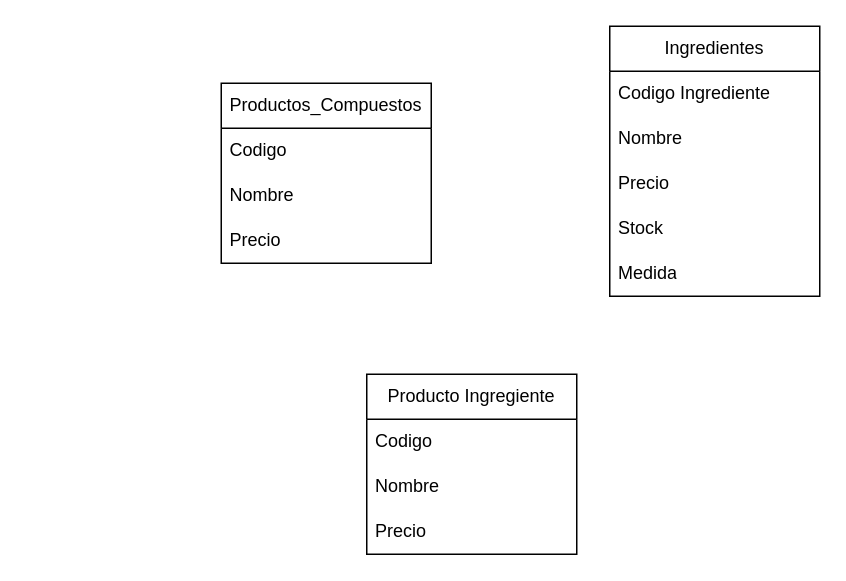
Above: mcdonals.drawio in luigy23/Diagramas-drawio (draw.io), before the change. Source tidied: cells renumbered, new cells numbered last; positions are measured from the earlier drawing's top-left corner, leaving out a move shared by most shapes. Both pictures are drawn from the tidied source at 150%, with x=0, y=0 at pixel (220, 26).
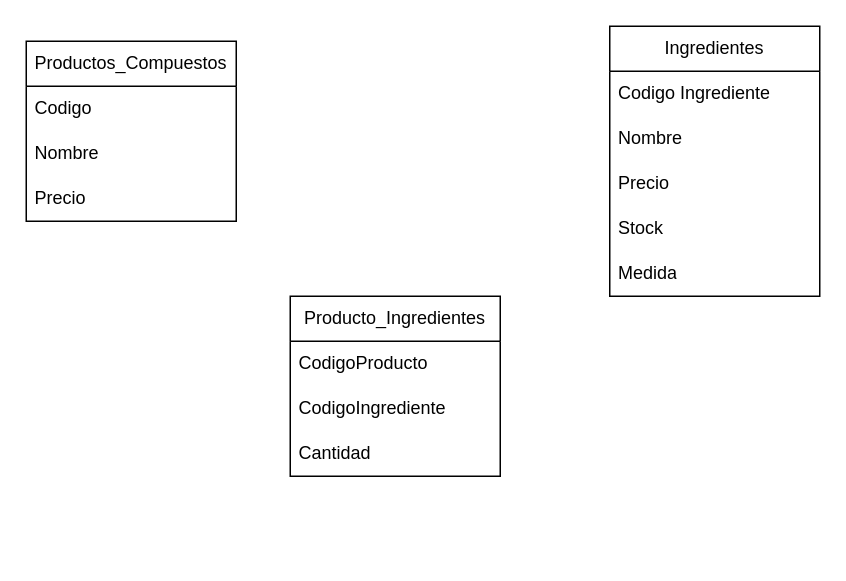
Above is the later version.

The edit, as a diff of the source:
```diff
@@
 <mxGraphModel>
   <root>
     <mxCell id="0" />
     <mxCell id="1" parent="0" />
     <mxCell id="2" value="Productos_Compuestos" style="swimlane;fontStyle=0;horizontal=1;startSize=30;whiteSpace=wrap;html=1;" parent="1" vertex="1">
-      <mxGeometry y="38" width="140" height="120" as="geometry" />
+      <mxGeometry x="-130" y="10" width="140" height="120" as="geometry" />
     </mxCell>
     <mxCell id="3" value="Codigo" style="text;strokeColor=none;fillColor=none;align=left;verticalAlign=middle;spacingLeft=4;spacingRight=4;overflow=hidden;whiteSpace=wrap;html=1;" parent="2" vertex="1">
       <mxGeometry y="30" width="140" height="30" as="geometry" />
     </mxCell>
     <mxCell id="4" value="Nombre" style="text;strokeColor=none;fillColor=none;align=left;verticalAlign=middle;spacingLeft=4;spacingRight=4;overflow=hidden;whiteSpace=wrap;html=1;" parent="2" vertex="1">
       <mxGeometry y="60" width="140" height="30" as="geometry" />
     </mxCell>
     <mxCell id="5" value="Precio" style="text;strokeColor=none;fillColor=none;align=left;verticalAlign=middle;spacingLeft=4;spacingRight=4;overflow=hidden;whiteSpace=wrap;html=1;" parent="2" vertex="1">
       <mxGeometry y="90" width="140" height="30" as="geometry" />
     </mxCell>
     <mxCell id="6" value="Ingredientes" style="swimlane;fontStyle=0;horizontal=1;startSize=30;whiteSpace=wrap;html=1;" parent="1" vertex="1">
       <mxGeometry x="259" width="140" height="180" as="geometry" />
     </mxCell>
     <mxCell id="7" value="Codigo Ingrediente" style="text;strokeColor=none;fillColor=none;align=left;verticalAlign=middle;spacingLeft=4;spacingRight=4;overflow=hidden;whiteSpace=wrap;html=1;" parent="6" vertex="1">
       <mxGeometry y="30" width="140" height="30" as="geometry" />
     </mxCell>
     <mxCell id="8" value="Nombre" style="text;strokeColor=none;fillColor=none;align=left;verticalAlign=middle;spacingLeft=4;spacingRight=4;overflow=hidden;whiteSpace=wrap;html=1;" parent="6" vertex="1">
       <mxGeometry y="60" width="140" height="30" as="geometry" />
     </mxCell>
     <mxCell id="9" value="Precio" style="text;strokeColor=none;fillColor=none;align=left;verticalAlign=middle;spacingLeft=4;spacingRight=4;overflow=hidden;whiteSpace=wrap;html=1;" parent="6" vertex="1">
       <mxGeometry y="90" width="140" height="30" as="geometry" />
     </mxCell>
     <mxCell id="10" value="Stock" style="text;strokeColor=none;fillColor=none;align=left;verticalAlign=middle;spacingLeft=4;spacingRight=4;overflow=hidden;whiteSpace=wrap;html=1;" parent="6" vertex="1">
       <mxGeometry y="120" width="140" height="30" as="geometry" />
     </mxCell>
     <mxCell id="11" value="Medida" style="text;strokeColor=none;fillColor=none;align=left;verticalAlign=middle;spacingLeft=4;spacingRight=4;overflow=hidden;whiteSpace=wrap;html=1;" parent="6" vertex="1">
       <mxGeometry y="150" width="140" height="30" as="geometry" />
     </mxCell>
-    <mxCell id="12" value="Producto Ingregiente" style="swimlane;fontStyle=0;horizontal=1;startSize=30;whiteSpace=wrap;html=1;" parent="1" vertex="1">
-      <mxGeometry x="97" y="232" width="140" height="120" as="geometry" />
+    <mxCell id="12" value="Producto_Ingredientes" style="swimlane;fontStyle=0;horizontal=1;startSize=30;whiteSpace=wrap;html=1;" parent="1" vertex="1">
+      <mxGeometry x="46" y="180" width="140" height="120" as="geometry" />
     </mxCell>
-    <mxCell id="13" value="Codigo" style="text;strokeColor=none;fillColor=none;align=left;verticalAlign=middle;spacingLeft=4;spacingRight=4;overflow=hidden;whiteSpace=wrap;html=1;" parent="12" vertex="1">
+    <mxCell id="13" value="CodigoProducto" style="text;strokeColor=none;fillColor=none;align=left;verticalAlign=middle;spacingLeft=4;spacingRight=4;overflow=hidden;whiteSpace=wrap;html=1;" parent="12" vertex="1">
       <mxGeometry y="30" width="140" height="30" as="geometry" />
     </mxCell>
-    <mxCell id="14" value="Nombre" style="text;strokeColor=none;fillColor=none;align=left;verticalAlign=middle;spacingLeft=4;spacingRight=4;overflow=hidden;whiteSpace=wrap;html=1;" parent="12" vertex="1">
+    <mxCell id="14" value="CodigoIngrediente" style="text;strokeColor=none;fillColor=none;align=left;verticalAlign=middle;spacingLeft=4;spacingRight=4;overflow=hidden;whiteSpace=wrap;html=1;" parent="12" vertex="1">
       <mxGeometry y="60" width="140" height="30" as="geometry" />
     </mxCell>
-    <mxCell id="15" value="Precio" style="text;strokeColor=none;fillColor=none;align=left;verticalAlign=middle;spacingLeft=4;spacingRight=4;overflow=hidden;whiteSpace=wrap;html=1;" parent="12" vertex="1">
+    <mxCell id="15" value="Cantidad" style="text;strokeColor=none;fillColor=none;align=left;verticalAlign=middle;spacingLeft=4;spacingRight=4;overflow=hidden;whiteSpace=wrap;html=1;" parent="12" vertex="1">
       <mxGeometry y="90" width="140" height="30" as="geometry" />
     </mxCell>
   </root>
 </mxGraphModel>
```
